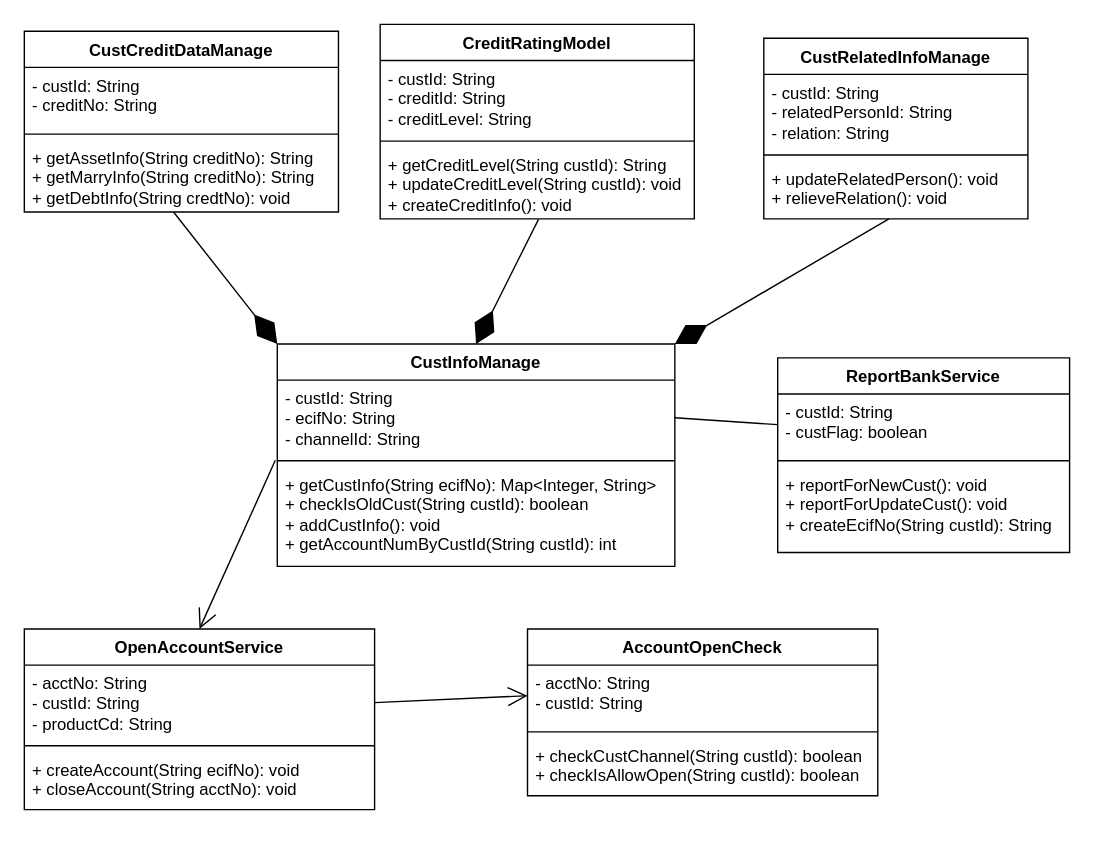
The draw.io diagram 开户类图.drawio in wuxiao-web/graduationThesis, before the edit. Source tidied: cells renumbered, new cells numbered last; positions are measured from the earlier drawing's top-left corner, leaving out a move shared by most shapes. Both pictures are drawn from the tidied source at 139%, with x=0, y=0 at pixel (24, 24).
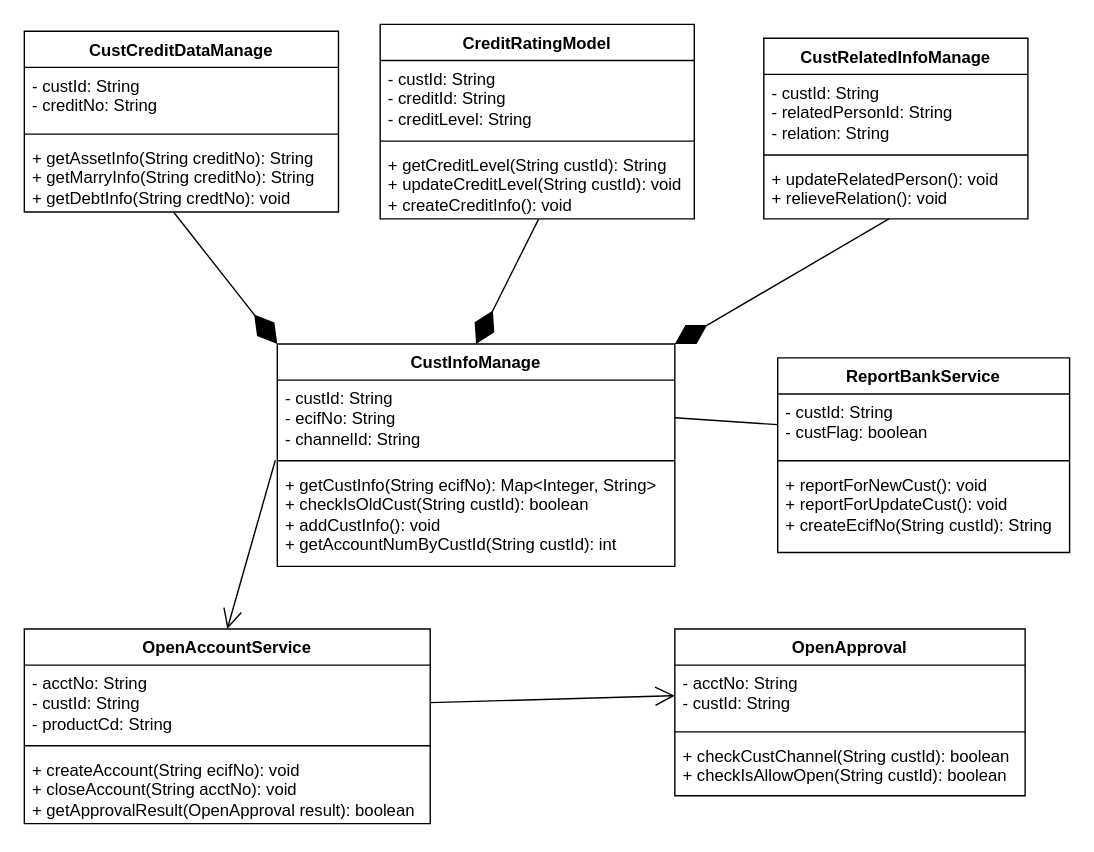
Above is the later version.

Commit message:
更新开户类图.drawio

Change to the diagram source:
```diff
@@
     <mxCell id="25" value="OpenAccountService" style="swimlane;fontStyle=1;align=center;verticalAlign=top;horizontal=1;startSize=26;whiteSpace=wrap;html=1;" parent="1" vertex="1">
-      <mxGeometry y="435" width="252" height="130" as="geometry" />
+      <mxGeometry y="435" width="292" height="140" as="geometry" />
     </mxCell>
     <mxCell id="26" value="- acctNo: String&lt;br&gt;- custId: String&lt;br&gt;- productCd: String" style="text;strokeColor=none;fillColor=none;align=left;verticalAlign=top;spacingLeft=4;spacingRight=4;overflow=hidden;points=[[0,0.5],[1,0.5]];portConstraint=eastwest;whiteSpace=wrap;html=1;" parent="25" vertex="1">
-      <mxGeometry y="26" width="252" height="54" as="geometry" />
+      <mxGeometry y="26" width="292" height="54" as="geometry" />
     </mxCell>
     <mxCell id="27" style="line;strokeWidth=1;fillColor=none;align=left;verticalAlign=middle;spacingTop=-1;spacingLeft=3;spacingRight=3;labelPosition=right;strokeColor=inherit;" parent="25" vertex="1">
-      <mxGeometry y="80" width="252" height="8" as="geometry" />
+      <mxGeometry y="80" width="292" height="8" as="geometry" />
     </mxCell>
-    <mxCell id="28" value="+ createAccount(String ecifNo): void&lt;br&gt;+ closeAccount(String acctNo): void" style="text;strokeColor=none;fillColor=none;align=left;verticalAlign=top;spacingLeft=4;spacingRight=4;overflow=hidden;whiteSpace=wrap;html=1;" parent="25" vertex="1">
-      <mxGeometry y="88" width="252" height="42" as="geometry" />
+    <mxCell id="28" value="+ createAccount(String ecifNo): void&lt;br&gt;+ closeAccount(String acctNo): void&lt;br&gt;+ getApprovalResult(OpenApproval result): boolean" style="text;strokeColor=none;fillColor=none;align=left;verticalAlign=top;spacingLeft=4;spacingRight=4;overflow=hidden;whiteSpace=wrap;html=1;" parent="25" vertex="1">
+      <mxGeometry y="88" width="292" height="52" as="geometry" />
     </mxCell>
@@
-    <mxCell id="31" value="AccountOpenCheck" style="swimlane;fontStyle=1;align=center;verticalAlign=top;horizontal=1;startSize=26;whiteSpace=wrap;html=1;" parent="1" vertex="1">
-      <mxGeometry x="362" y="435" width="252" height="120" as="geometry" />
+    <mxCell id="31" value="OpenApproval" style="swimlane;fontStyle=1;align=center;verticalAlign=top;horizontal=1;startSize=26;whiteSpace=wrap;html=1;" parent="1" vertex="1">
+      <mxGeometry x="468" y="435" width="252" height="120" as="geometry" />
     </mxCell>
```
